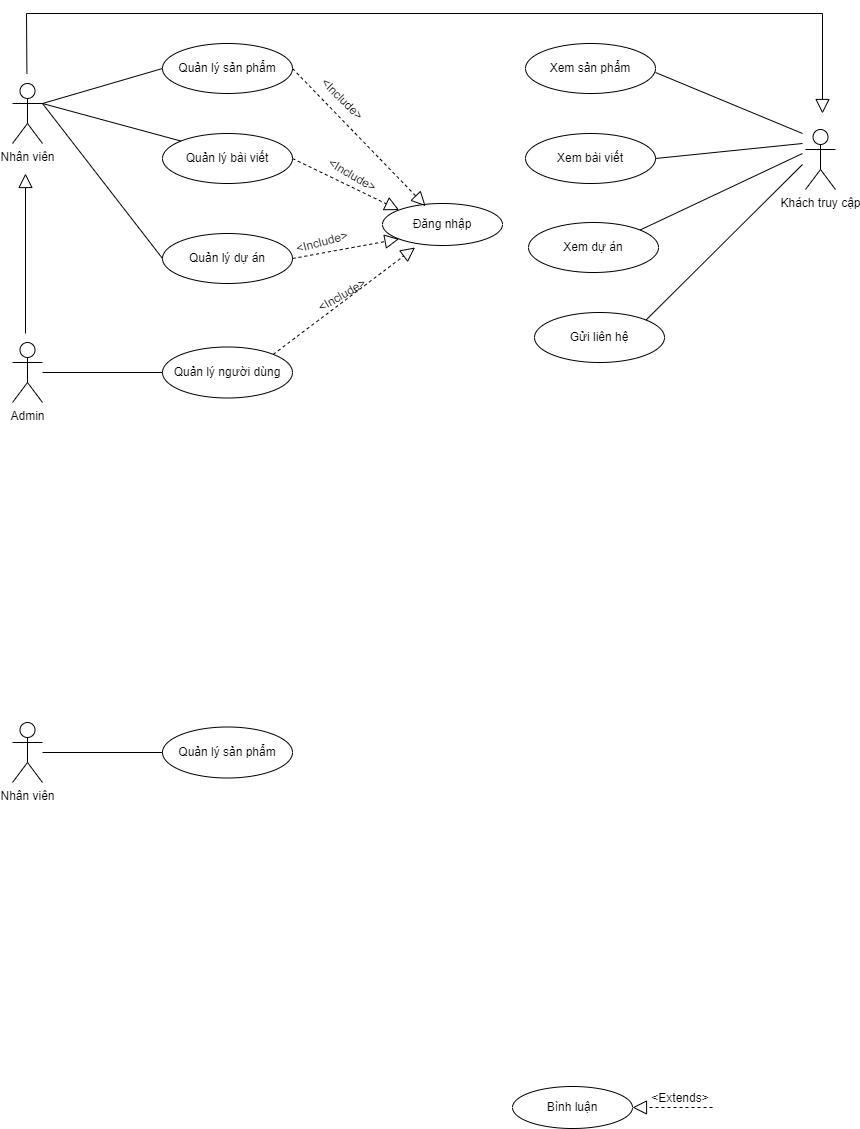
ChauCongTu/thiet-ke-linh-tinh keeps this draw.io diagram as UseCase.png. Above is the earlier version. Source tidied: cells renumbered, new cells last; positions are measured from the earlier drawing's top-left corner, leaving out a move shared by most shapes.
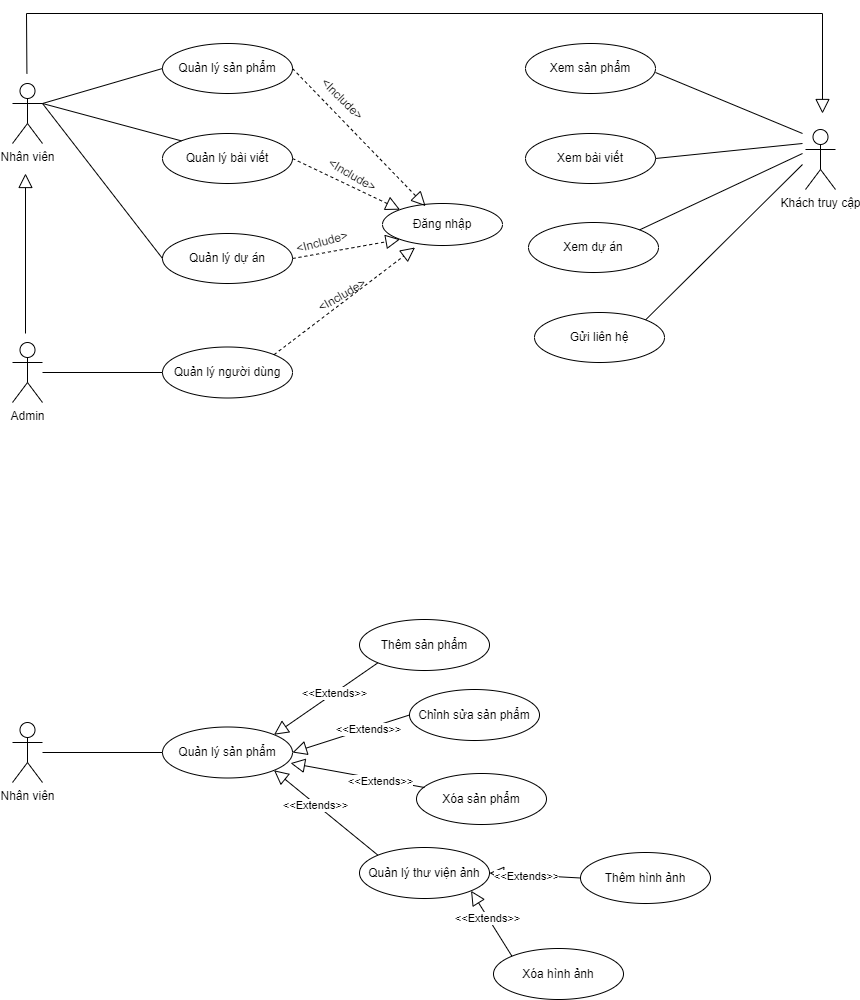
Later version of the same file.

Commit message:
Cập nhật UseCase.png

What changed in the source:
```diff
@@ -71,17 +71,6 @@
     <mxCell id="24" value="&amp;lt;Include&amp;gt;" style="text;html=1;strokeColor=none;fillColor=none;align=center;verticalAlign=middle;whiteSpace=wrap;rounded=0;rotation=30;" parent="1" vertex="1">
       <mxGeometry x="310" y="147" width="60" height="30" as="geometry" />
     </mxCell>
-    <mxCell id="25" value="Bình luận" style="ellipse;whiteSpace=wrap;html=1;" parent="1" vertex="1">
-      <mxGeometry x="500" y="1073" width="120" height="42" as="geometry" />
-    </mxCell>
-    <mxCell id="26" style="endArrow=block;dashed=1;endFill=0;endSize=12;html=1;rounded=0;entryX=1;entryY=0.5;entryDx=0;entryDy=0;exitX=0;exitY=0.5;exitDx=0;exitDy=0;fontStyle=1;" parent="1" edge="1" target="25">
-      <mxGeometry relative="1" as="geometry">
-        <mxPoint x="700" y="1094" as="sourcePoint" />
-      </mxGeometry>
-    </mxCell>
-    <mxCell id="27" value="&amp;lt;Extends&amp;gt;" style="text;html=1;strokeColor=none;fillColor=none;align=center;verticalAlign=middle;whiteSpace=wrap;rounded=0;rotation=0;" parent="1" vertex="1">
-      <mxGeometry x="638" y="1070" width="60" height="30" as="geometry" />
-    </mxCell>
     <mxCell id="28" style="edgeStyle=none;html=1;endSize=12;endArrow=block;endFill=0;rounded=0;" parent="1" edge="1">
       <mxGeometry relative="1" as="geometry">
         <mxPoint x="13" y="320" as="sourcePoint" />
@@ -131,5 +120,61 @@
     <mxCell id="37" style="endArrow=none;html=1;rounded=0;entryX=0;entryY=0.5;entryDx=0;entryDy=0;" parent="1" edge="1" source="35" target="36">
       <mxGeometry relative="1" as="geometry" />
     </mxCell>
+    <mxCell id="38" value="Thêm sản phẩm" style="ellipse;whiteSpace=wrap;html=1;" parent="1" vertex="1">
+      <mxGeometry x="347" y="606" width="130" height="51" as="geometry" />
+    </mxCell>
+    <mxCell id="39" value="Quản lý thư viện ảnh" style="ellipse;whiteSpace=wrap;html=1;" parent="1" vertex="1">
+      <mxGeometry x="347" y="834" width="130" height="51" as="geometry" />
+    </mxCell>
+    <mxCell id="40" value="Chỉnh sửa sản phẩm" style="ellipse;whiteSpace=wrap;html=1;" parent="1" vertex="1">
+      <mxGeometry x="397" y="676" width="130" height="51" as="geometry" />
+    </mxCell>
+    <mxCell id="41" value="Xóa sản phẩm" style="ellipse;whiteSpace=wrap;html=1;" parent="1" vertex="1">
+      <mxGeometry x="404" y="760" width="130" height="51" as="geometry" />
+    </mxCell>
+    <mxCell id="42" value="Thêm hình ảnh" style="ellipse;whiteSpace=wrap;html=1;" parent="1" vertex="1">
+      <mxGeometry x="568" y="839" width="130" height="51" as="geometry" />
+    </mxCell>
+    <mxCell id="43" value="Xóa hình ảnh" style="ellipse;whiteSpace=wrap;html=1;" parent="1" vertex="1">
+      <mxGeometry x="481" y="935" width="130" height="51" as="geometry" />
+    </mxCell>
+    <mxCell id="44" style="edgeStyle=none;html=1;endSize=12;endArrow=block;endFill=0;rounded=0;entryX=1;entryY=0;entryDx=0;entryDy=0;exitX=0;exitY=1;exitDx=0;exitDy=0;startArrow=none;startFill=0;" parent="1" edge="1" source="38" target="36">
+      <mxGeometry relative="1" as="geometry" />
+    </mxCell>
+    <mxCell id="45" value="&amp;lt;&amp;lt;Extends&amp;gt;&amp;gt;" style="edgeLabel;html=1;align=center;verticalAlign=middle;" parent="44" vertex="1">
+      <mxGeometry x="-0.16" relative="1" as="geometry" />
+    </mxCell>
+    <mxCell id="46" style="edgeStyle=none;html=1;endSize=12;endArrow=block;endFill=0;rounded=0;entryX=1;entryY=0.5;entryDx=0;entryDy=0;exitX=0;exitY=0.5;exitDx=0;exitDy=0;" parent="1" edge="1" source="40" target="36">
+      <mxGeometry relative="1" as="geometry" />
+    </mxCell>
+    <mxCell id="47" value="&amp;lt;&amp;lt;Extends&amp;gt;&amp;gt;" style="edgeLabel;html=1;align=center;verticalAlign=middle;" parent="46" vertex="1">
+      <mxGeometry x="-0.28" relative="1" as="geometry">
+        <mxPoint y="1" as="offset" />
+      </mxGeometry>
+    </mxCell>
+    <mxCell id="48" style="edgeStyle=none;html=1;endSize=12;endArrow=block;endFill=0;rounded=0;entryX=0.985;entryY=0.709;entryDx=0;entryDy=0;exitX=0.062;exitY=0.275;exitDx=0;exitDy=0;entryPerimeter=0;exitPerimeter=0;" parent="1" edge="1" source="41" target="36">
+      <mxGeometry relative="1" as="geometry" />
+    </mxCell>
+    <mxCell id="49" value="&amp;lt;&amp;lt;Extends&amp;gt;&amp;gt;" style="edgeLabel;html=1;align=center;verticalAlign=middle;" parent="48" vertex="1">
+      <mxGeometry x="-0.34" y="2" relative="1" as="geometry" />
+    </mxCell>
+    <mxCell id="50" style="edgeStyle=none;html=1;endSize=12;endArrow=block;endFill=0;rounded=0;entryX=1;entryY=1;entryDx=0;entryDy=0;exitX=0;exitY=0;exitDx=0;exitDy=0;" parent="1" edge="1" source="39" target="36">
+      <mxGeometry relative="1" as="geometry" />
+    </mxCell>
+    <mxCell id="51" value="&amp;lt;&amp;lt;Extends&amp;gt;&amp;gt;" style="edgeLabel;html=1;align=center;verticalAlign=middle;" parent="50" vertex="1">
+      <mxGeometry x="0.2" y="1" relative="1" as="geometry" />
+    </mxCell>
+    <mxCell id="52" style="edgeStyle=none;html=1;endSize=12;endArrow=block;endFill=0;rounded=0;entryX=1;entryY=1;entryDx=0;entryDy=0;exitX=0;exitY=0;exitDx=0;exitDy=0;" parent="1" edge="1" source="43" target="39">
+      <mxGeometry relative="1" as="geometry" />
+    </mxCell>
+    <mxCell id="53" value="&amp;lt;&amp;lt;Extends&amp;gt;&amp;gt;" style="edgeLabel;html=1;align=center;verticalAlign=middle;" parent="52" vertex="1">
+      <mxGeometry x="0.2" y="1" relative="1" as="geometry" />
+    </mxCell>
+    <mxCell id="54" style="edgeStyle=none;html=1;endSize=12;endArrow=block;endFill=0;rounded=0;entryX=1;entryY=0.5;entryDx=0;entryDy=0;exitX=0;exitY=0.5;exitDx=0;exitDy=0;" parent="1" edge="1" source="42" target="39">
+      <mxGeometry relative="1" as="geometry" />
+    </mxCell>
+    <mxCell id="55" value="&amp;lt;&amp;lt;Extends&amp;gt;&amp;gt;" style="edgeLabel;html=1;align=center;verticalAlign=middle;" parent="54" vertex="1">
+      <mxGeometry x="0.2" y="1" relative="1" as="geometry" />
+    </mxCell>
   </root>
 </mxGraphModel>
```
